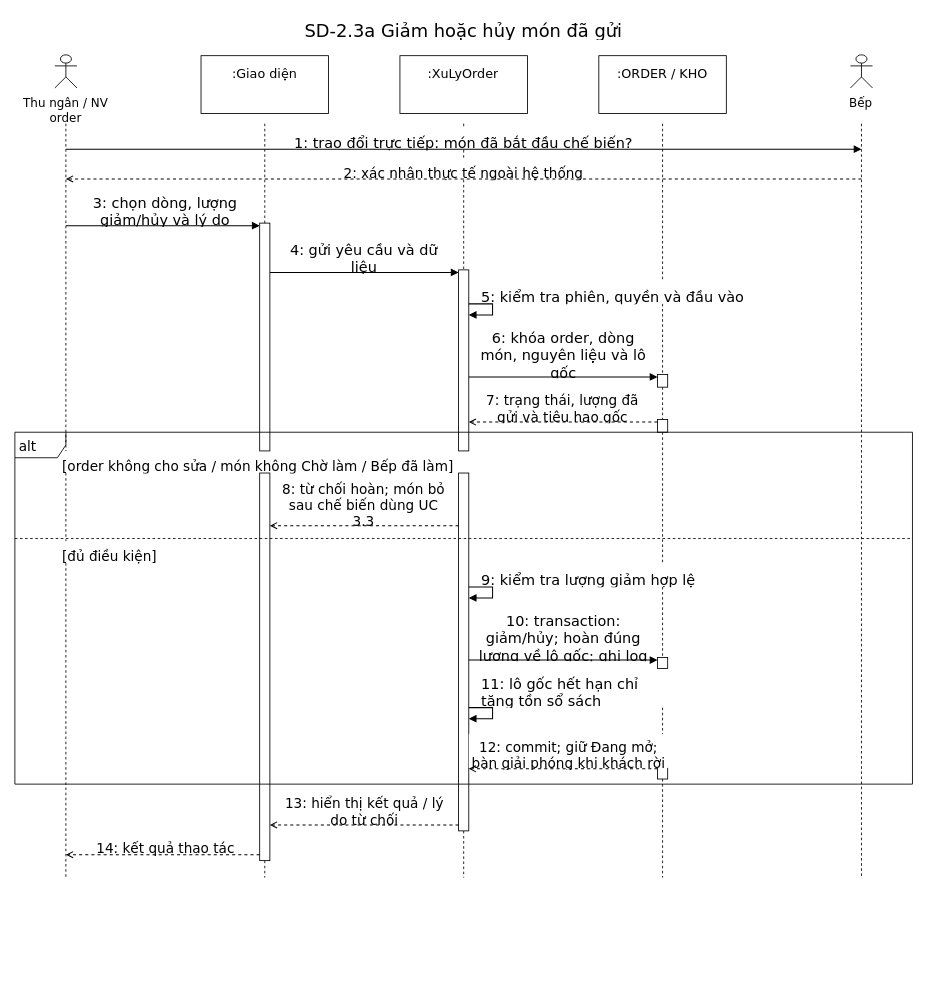
Before: page "SD-2.3a. Giảm hoặc hủy món đã gửi" (12 of 35) of docs/SequenceDiagram_HeThongQuanLyNhaHang.drawio in nminhzzz/restaurant-management-ai, a draw.io diagram. Source tidied: cells renumbered, new cells numbered last; positions are measured from the earlier drawing's top-left corner, leaving out a move shared by most shapes. Both pictures are drawn from the tidied source at 85%, with x=0, y=0 at pixel (14, 14).
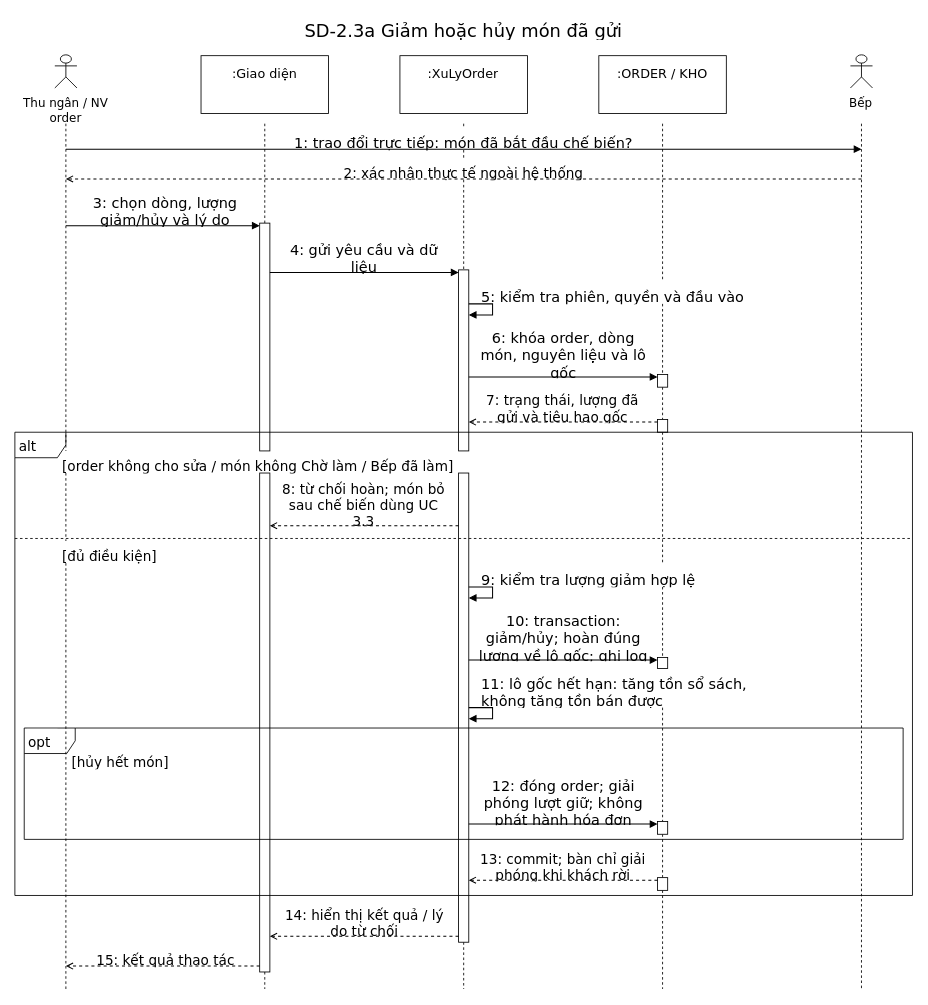
Above is the later version.

The edit, as a diff of the source:
```diff
@@
     <mxCell id="7" style="dashed=1;endArrow=none;strokeColor=#000000;" parent="1" edge="1">
       <mxGeometry relative="1" as="geometry">
         <mxPoint x="60" y="645" as="sourcePoint" />
-        <mxPoint x="60" y="1015" as="targetPoint" />
+        <mxPoint x="60" y="1146" as="targetPoint" />
       </mxGeometry>
     </mxCell>
@@
     <mxCell id="11" style="dashed=1;endArrow=none;strokeColor=#000000;" parent="1" edge="1">
       <mxGeometry relative="1" as="geometry">
-        <mxPoint x="294" y="995" as="sourcePoint" />
-        <mxPoint x="294" y="1015" as="targetPoint" />
+        <mxPoint x="294" y="1126" as="sourcePoint" />
+        <mxPoint x="294" y="1146" as="targetPoint" />
       </mxGeometry>
     </mxCell>
@@
     <mxCell id="13" style="rounded=0;fillColor=#FFFFFF;strokeColor=#000000;" parent="1" vertex="1">
-      <mxGeometry x="288" y="539" width="12" height="456" as="geometry" />
+      <mxGeometry x="288" y="539" width="12" height="587" as="geometry" />
     </mxCell>
@@
     <mxCell id="19" style="dashed=1;endArrow=none;strokeColor=#000000;" parent="1" edge="1">
       <mxGeometry relative="1" as="geometry">
-        <mxPoint x="528" y="960" as="sourcePoint" />
-        <mxPoint x="528" y="1015" as="targetPoint" />
+        <mxPoint x="528" y="1091" as="sourcePoint" />
+        <mxPoint x="528" y="1146" as="targetPoint" />
       </mxGeometry>
     </mxCell>
@@
     <mxCell id="21" style="rounded=0;fillColor=#FFFFFF;strokeColor=#000000;" parent="1" vertex="1">
-      <mxGeometry x="522" y="539" width="12" height="421" as="geometry" />
+      <mxGeometry x="522" y="539" width="12" height="552" as="geometry" />
     </mxCell>
@@
     <mxCell id="29" style="dashed=1;endArrow=none;strokeColor=#000000;" parent="1" edge="1">
       <mxGeometry relative="1" as="geometry">
         <mxPoint x="762" y="815" as="sourcePoint" />
-        <mxPoint x="762" y="884" as="targetPoint" />
+        <mxPoint x="762" y="949" as="targetPoint" />
       </mxGeometry>
     </mxCell>
+    <mxCell id="71" style="dashed=1;endArrow=none;strokeColor=#000000;" parent="1" edge="1">
+      <mxGeometry relative="1" as="geometry">
+        <mxPoint x="762" y="964" as="sourcePoint" />
+        <mxPoint x="762" y="1015" as="targetPoint" />
+      </mxGeometry>
+    </mxCell>
     <mxCell id="30" style="dashed=1;endArrow=none;strokeColor=#000000;" parent="1" edge="1">
       <mxGeometry relative="1" as="geometry">
-        <mxPoint x="762" y="899" as="sourcePoint" />
-        <mxPoint x="762" y="1015" as="targetPoint" />
+        <mxPoint x="762" y="1030" as="sourcePoint" />
+        <mxPoint x="762" y="1146" as="targetPoint" />
       </mxGeometry>
     </mxCell>
@@
+    <mxCell id="72" style="rounded=0;fillColor=#FFFFFF;strokeColor=#000000;" parent="1" vertex="1">
+      <mxGeometry x="756" y="949" width="12" height="15" as="geometry" />
+    </mxCell>
     <mxCell id="34" style="rounded=0;fillColor=#FFFFFF;strokeColor=#000000;" parent="1" vertex="1">
-      <mxGeometry x="756" y="884" width="12" height="15" as="geometry" />
+      <mxGeometry x="756" y="1015" width="12" height="15" as="geometry" />
     </mxCell>
@@
     <mxCell id="37" style="dashed=1;endArrow=none;strokeColor=#000000;" parent="1" edge="1">
       <mxGeometry relative="1" as="geometry">
         <mxPoint x="996" y="128" as="sourcePoint" />
-        <mxPoint x="996" y="1015" as="targetPoint" />
+        <mxPoint x="996" y="1146" as="targetPoint" />
       </mxGeometry>
     </mxCell>
@@
-    <mxCell id="60" value="11: lô gốc hết hạn chỉ&#10;tăng tồn sổ sách" style="text;html=0;align=left;verticalAlign=top;whiteSpace=wrap;overflow=hidden;fontFamily=DejaVu Sans;fontSize=17;fontColor=#000000;fillColor=#FFFFFF;spacing=2;" parent="1" vertex="1">
+    <mxCell id="60" value="11: lô gốc hết hạn: tăng tồn sổ sách,&#10;không tăng tồn bán được" style="text;html=0;align=left;verticalAlign=top;whiteSpace=wrap;overflow=hidden;fontFamily=DejaVu Sans;fontSize=17;fontColor=#000000;fillColor=#FFFFFF;spacing=2;" parent="1" vertex="1">
       <mxGeometry x="547" y="771" width="322.5" height="42" as="geometry" />
     </mxCell>
@@
+    <mxCell id="73" value="[hủy hết món]" style="text;html=0;align=left;verticalAlign=top;whiteSpace=wrap;overflow=hidden;fontFamily=DejaVu Sans;fontSize=16;fontColor=#000000;fillColor=#FFFFFF;spacing=2;" parent="1" vertex="1">
+      <mxGeometry x="65" y="863" width="124.2" height="22" as="geometry" />
+    </mxCell>
+    <mxCell id="74" value="12: đóng order; giải&#10;phóng lượt giữ; không&#10;phát hành hóa đơn" style="text;html=0;align=center;verticalAlign=top;whiteSpace=wrap;overflow=hidden;fontFamily=DejaVu Sans;fontSize=17;fontColor=#000000;fillColor=#FFFFFF;spacing=2;" parent="1" vertex="1">
+      <mxGeometry x="546.5" y="890" width="197" height="61" as="geometry" />
+    </mxCell>
+    <mxCell id="75" style="endArrow=block;endFill=1;rounded=0;strokeWidth=1.2;" parent="1" edge="1">
+      <mxGeometry relative="1" as="geometry">
+        <mxPoint x="534" y="952" as="sourcePoint" />
+        <mxPoint x="756" y="952" as="targetPoint" />
+      </mxGeometry>
+    </mxCell>
+    <mxCell id="76" style="shape=umlFrame;html=0;fillColor=none;strokeColor=#000000;" parent="1" vertex="1">
+      <mxGeometry x="11" y="839" width="1034" height="131" as="geometry" />
+    </mxCell>
+    <mxCell id="77" value="opt" style="text;html=0;align=left;verticalAlign=top;whiteSpace=wrap;overflow=hidden;fontFamily=DejaVu Sans;fontSize=16;fontColor=#000000;fillColor=#FFFFFF;spacing=2;" parent="1" vertex="1">
+      <mxGeometry x="14" y="840" width="36.2" height="22" as="geometry" />
+    </mxCell>
-    <mxCell id="62" value="12: commit; giữ Đang mở;&#10;bàn giải phóng khi khách rời" style="text;html=0;align=center;verticalAlign=top;whiteSpace=wrap;overflow=hidden;fontFamily=DejaVu Sans;fontSize=16;fontColor=#000000;fillColor=#FFFFFF;spacing=2;" parent="1" vertex="1">
-      <mxGeometry x="534" y="846" width="235" height="40" as="geometry" />
+    <mxCell id="62" value="13: commit; bàn chỉ giải&#10;phóng khi khách rời" style="text;html=0;align=center;verticalAlign=top;whiteSpace=wrap;overflow=hidden;fontFamily=DejaVu Sans;fontSize=16;fontColor=#000000;fillColor=#FFFFFF;spacing=2;" parent="1" vertex="1">
+      <mxGeometry x="542.8" y="977" width="204.4" height="40" as="geometry" />
     </mxCell>
     <mxCell id="63" style="endArrow=open;endFill=0;dashed=1;rounded=0;strokeWidth=1.2;" parent="1" edge="1">
       <mxGeometry relative="1" as="geometry">
-        <mxPoint x="756" y="887" as="sourcePoint" />
-        <mxPoint x="534" y="887" as="targetPoint" />
+        <mxPoint x="756" y="1018" as="sourcePoint" />
+        <mxPoint x="534" y="1018" as="targetPoint" />
       </mxGeometry>
     </mxCell>
     <mxCell id="64" style="shape=umlFrame;html=0;fillColor=none;strokeColor=#000000;" parent="1" vertex="1">
-      <mxGeometry y="491" width="1056" height="414" as="geometry" />
+      <mxGeometry y="491" width="1056" height="545" as="geometry" />
     </mxCell>
@@
-    <mxCell id="67" value="13: hiển thị kết quả / lý&#10;do từ chối" style="text;html=0;align=center;verticalAlign=top;whiteSpace=wrap;overflow=hidden;fontFamily=DejaVu Sans;fontSize=16;fontColor=#000000;fillColor=#FFFFFF;spacing=2;" parent="1" vertex="1">
-      <mxGeometry x="312.7" y="912" width="196.6" height="40" as="geometry" />
+    <mxCell id="67" value="14: hiển thị kết quả / lý&#10;do từ chối" style="text;html=0;align=center;verticalAlign=top;whiteSpace=wrap;overflow=hidden;fontFamily=DejaVu Sans;fontSize=16;fontColor=#000000;fillColor=#FFFFFF;spacing=2;" parent="1" vertex="1">
+      <mxGeometry x="312.7" y="1043" width="196.6" height="40" as="geometry" />
     </mxCell>
     <mxCell id="68" style="endArrow=open;endFill=0;dashed=1;rounded=0;strokeWidth=1.2;" parent="1" edge="1">
       <mxGeometry relative="1" as="geometry">
-        <mxPoint x="522" y="953" as="sourcePoint" />
-        <mxPoint x="300" y="953" as="targetPoint" />
+        <mxPoint x="522" y="1084" as="sourcePoint" />
+        <mxPoint x="300" y="1084" as="targetPoint" />
       </mxGeometry>
     </mxCell>
-    <mxCell id="69" value="14: kết quả thao tác" style="text;html=0;align=center;verticalAlign=top;whiteSpace=wrap;overflow=hidden;fontFamily=DejaVu Sans;fontSize=16;fontColor=#000000;fillColor=#FFFFFF;spacing=2;" parent="1" vertex="1">
-      <mxGeometry x="90.7" y="965" width="172.6" height="22" as="geometry" />
+    <mxCell id="69" value="15: kết quả thao tác" style="text;html=0;align=center;verticalAlign=top;whiteSpace=wrap;overflow=hidden;fontFamily=DejaVu Sans;fontSize=16;fontColor=#000000;fillColor=#FFFFFF;spacing=2;" parent="1" vertex="1">
+      <mxGeometry x="90.7" y="1096" width="172.6" height="22" as="geometry" />
     </mxCell>
     <mxCell id="70" style="endArrow=open;endFill=0;dashed=1;rounded=0;strokeWidth=1.2;" parent="1" edge="1">
       <mxGeometry relative="1" as="geometry">
-        <mxPoint x="288" y="988" as="sourcePoint" />
-        <mxPoint x="60" y="988" as="targetPoint" />
+        <mxPoint x="288" y="1119" as="sourcePoint" />
+        <mxPoint x="60" y="1119" as="targetPoint" />
       </mxGeometry>
     </mxCell>
```
